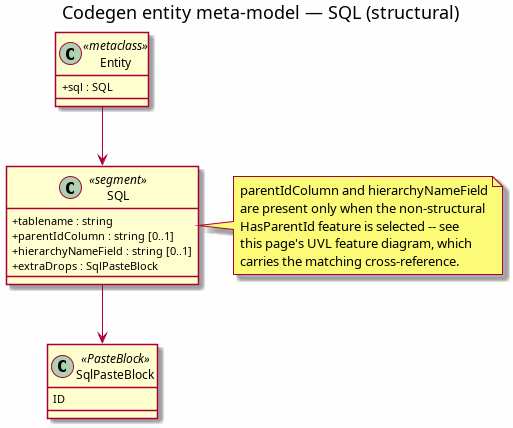
Above: projects/ores.codegen/modeling/entity_meta_model_sql_structural.png in OreStudio/OreStudio (PlantUML), before the change. Its source is kept beside it as projects/ores.codegen/modeling/entity_meta_model_sql_structural.puml. Source of this version:
```plantuml
@startuml

title Codegen entity meta-model — SQL (structural)

skinparam backgroundColor #FEFEFE
skinparam classAttributeIconSize 0

class Entity <<metaclass>> {
  +sql : SQL
}

class SQL <<segment>> {
  +tablename : string
  +parentIdColumn : string [0..1]
  +hierarchyNameField : string [0..1]
  +extraDrops : SqlPasteBlock
}

note right of SQL
  parentIdColumn and hierarchyNameField
  are present only when the non-structural
  HasParentId feature is selected -- see
  this page's UVL feature diagram, which
  carries the matching cross-reference.
end note

class SqlPasteBlock <<PasteBlock>> {
  ID
}

Entity --> SQL
SQL --> SqlPasteBlock

@enduml
```
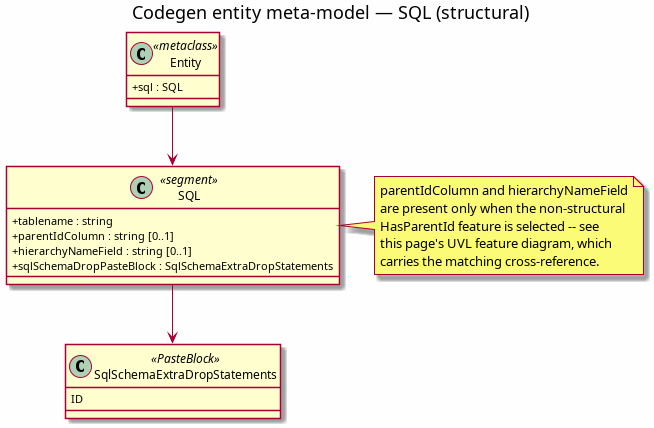
After the change.

Commit message:
[codegen] Name SQL paste block after its archetype, restructure entity attachment prose

The edit, as a diff of the source:
```diff
@@ -13,7 +13,7 @@
   +tablename : string
   +parentIdColumn : string [0..1]
   +hierarchyNameField : string [0..1]
-  +extraDrops : SqlPasteBlock
+  +sqlSchemaDropPasteBlock : SqlSchemaExtraDropStatements
 }
 
 note right of SQL
@@ -24,11 +24,11 @@
   carries the matching cross-reference.
 end note
 
-class SqlPasteBlock <<PasteBlock>> {
+class SqlSchemaExtraDropStatements <<PasteBlock>> {
   ID
 }
 
 Entity --> SQL
-SQL --> SqlPasteBlock
+SQL --> SqlSchemaExtraDropStatements
 
 @enduml
```
